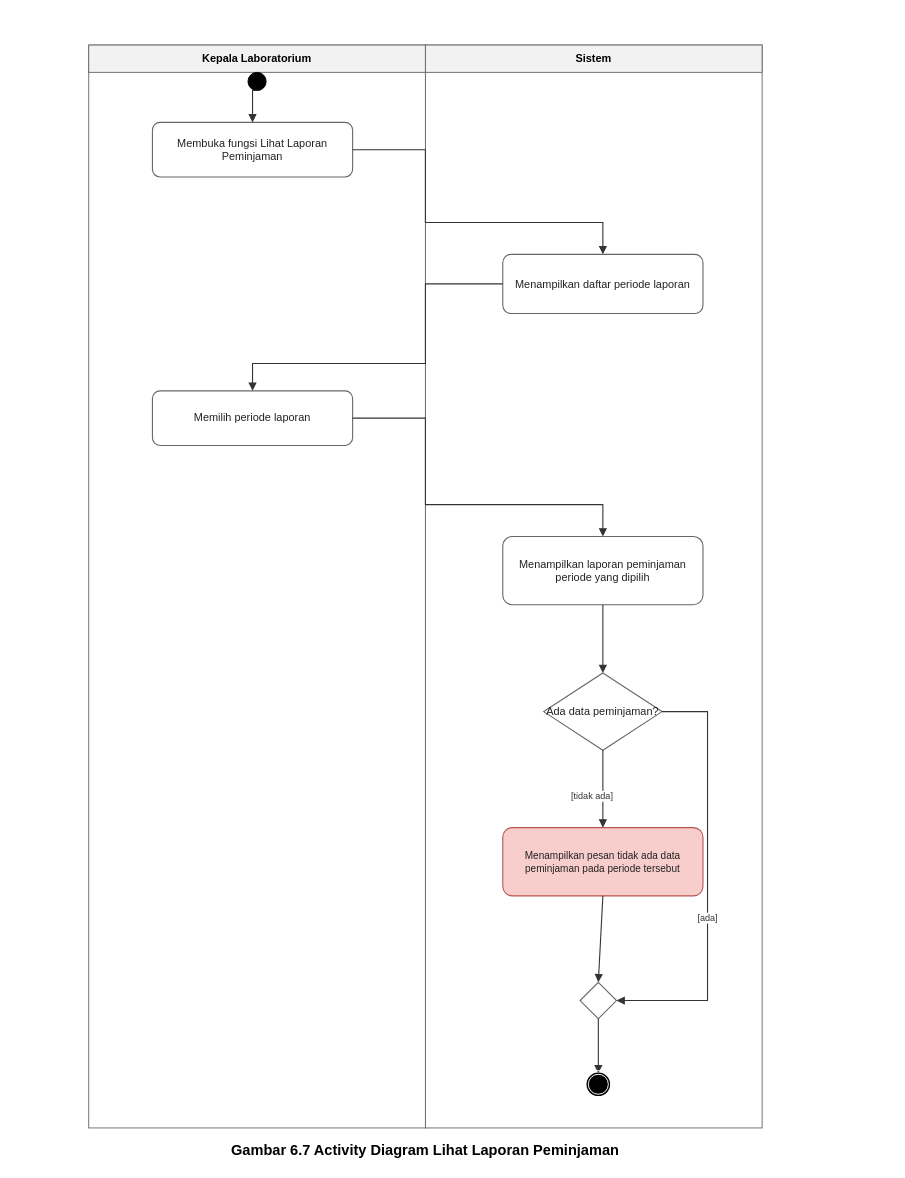
Before: 04_model_analisis/P06/LAB/P06_2406114_LAB_activity_laporan_v01.drawio in 2406114-cloud/IFRWP5149_2406114_LabAlat, a draw.io diagram. Source tidied: cells renumbered, new cells numbered last; positions are measured from the earlier drawing's top-left corner, leaving out a move shared by most shapes. Both pictures are drawn from the tidied source at 91%, with x=0, y=0 at pixel (56, 45).
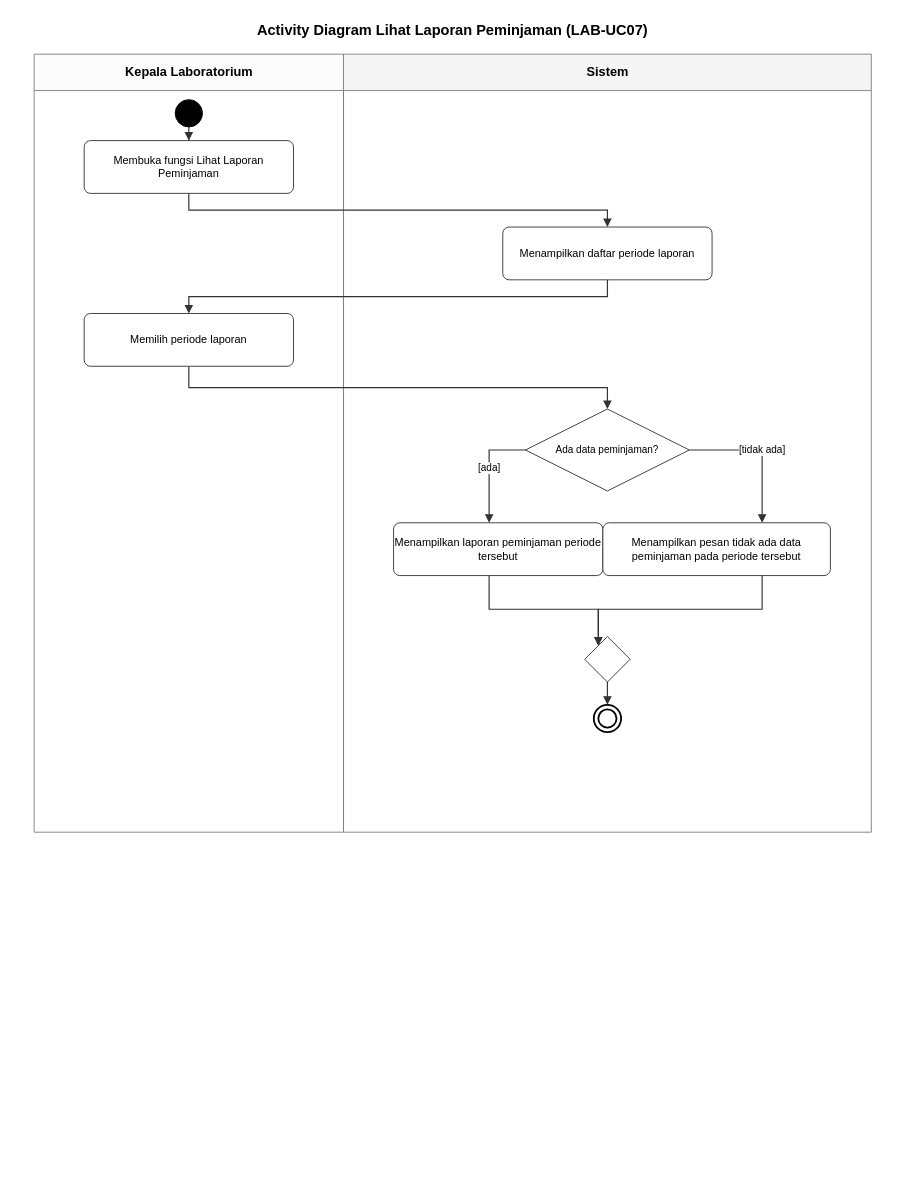
After the change.

What changed in the source:
```diff
@@
-    <mxCell id="2" style="rounded=0;whiteSpace=wrap;html=1;fillColor=#FFFFFF;strokeColor=#666666;strokeWidth=1;" parent="1" vertex="1">
-      <mxGeometry x="35" width="370" height="1190" as="geometry" />
-    </mxCell>
+    <mxCell id="27" value="Activity Diagram Lihat Laporan Peminjaman (LAB-UC07)" style="text;html=1;strokeColor=none;fillColor=none;align=center;verticalAlign=middle;fontStyle=1;fontSize=16;whiteSpace=wrap;" parent="1" vertex="1">
+      <mxGeometry x="-45" y="-32" width="960" height="30" as="geometry" />
+    </mxCell>
-    <mxCell id="3" value="Kepala Laboratorium" style="rounded=0;whiteSpace=wrap;html=1;fillColor=#F2F2F2;strokeColor=#666666;strokeWidth=1;fontStyle=1;fontSize=12;align=center;verticalAlign=middle;" parent="1" vertex="1">
-      <mxGeometry x="35" width="370" height="30" as="geometry" />
+    <mxCell id="3" value="Kepala Laboratorium" style="swimlane;html=1;startSize=40;horizontal=1;fillColor=#fbfbfb;strokeColor=#7f7f7f;fontStyle=1;fontSize=14;" parent="1" vertex="1">
+      <mxGeometry x="-25" y="10" width="340" height="855" as="geometry" />
     </mxCell>
-    <mxCell id="4" style="rounded=0;whiteSpace=wrap;html=1;fillColor=#FFFFFF;strokeColor=#666666;strokeWidth=1;" parent="1" vertex="1">
-      <mxGeometry x="405" width="370" height="1190" as="geometry" />
-    </mxCell>
-    <mxCell id="5" value="Sistem" style="rounded=0;whiteSpace=wrap;html=1;fillColor=#F2F2F2;strokeColor=#666666;strokeWidth=1;fontStyle=1;fontSize=12;align=center;verticalAlign=middle;" parent="1" vertex="1">
-      <mxGeometry x="405" width="370" height="30" as="geometry" />
+    <mxCell id="5" value="Sistem" style="swimlane;html=1;startSize=40;horizontal=1;fillColor=#f4f4f4;strokeColor=#7f7f7f;fontStyle=1;fontSize=14;" parent="1" vertex="1">
+      <mxGeometry x="315" y="10" width="580" height="855" as="geometry" />
     </mxCell>
-    <mxCell id="6" value="Gambar 6.7 Activity Diagram Lihat Laporan Peminjaman" style="text;html=1;strokeColor=none;fillColor=none;align=center;verticalAlign=middle;fontStyle=1;fontSize=16;whiteSpace=wrap;" parent="1" vertex="1">
-      <mxGeometry y="1200" width="810" height="28" as="geometry" />
-    </mxCell>
-    <mxCell id="7" style="ellipse;whiteSpace=wrap;html=1;fillColor=#000000;strokeColor=#000000;strokeWidth=1;" parent="1" vertex="1">
-      <mxGeometry x="210" y="30" width="20" height="20" as="geometry" />
-    </mxCell>
+    <mxCell id="28" style="edgeStyle=orthogonalEdgeStyle;rounded=0;jettySize=auto;html=1;endArrow=block;endFill=1;strokeColor=#333333;strokeWidth=1.3;fontSize=11;labelBackgroundColor=#ffffff;" parent="1" edge="1" source="33" target="8">
+      <mxGeometry relative="1" as="geometry" />
+    </mxCell>
+    <mxCell id="18" style="edgeStyle=orthogonalEdgeStyle;rounded=0;jettySize=auto;html=1;endArrow=block;endFill=1;strokeColor=#333333;strokeWidth=1.3;fontSize=11;labelBackgroundColor=#ffffff;" parent="1" edge="1" source="8" target="9">
+      <mxGeometry relative="1" as="geometry">
+        <Array as="points">
+          <mxPoint x="145" y="181.5" />
+          <mxPoint x="605" y="181.5" />
+        </Array>
+      </mxGeometry>
+    </mxCell>
+    <mxCell id="19" style="edgeStyle=orthogonalEdgeStyle;rounded=0;jettySize=auto;html=1;endArrow=block;endFill=1;strokeColor=#333333;strokeWidth=1.3;fontSize=11;labelBackgroundColor=#ffffff;" parent="1" edge="1" source="9" target="10">
+      <mxGeometry relative="1" as="geometry">
+        <Array as="points">
+          <mxPoint x="605" y="276.5" />
+          <mxPoint x="145" y="276.5" />
+        </Array>
+      </mxGeometry>
+    </mxCell>
+    <mxCell id="29" style="edgeStyle=orthogonalEdgeStyle;rounded=0;jettySize=auto;html=1;endArrow=block;endFill=1;strokeColor=#333333;strokeWidth=1.3;fontSize=11;labelBackgroundColor=#ffffff;" parent="1" edge="1" source="10" target="12">
+      <mxGeometry relative="1" as="geometry">
+        <Array as="points">
+          <mxPoint x="145" y="376.5" />
+          <mxPoint x="605" y="376.5" />
+        </Array>
+      </mxGeometry>
+    </mxCell>
+    <mxCell id="23" value="[ada]" style="edgeStyle=orthogonalEdgeStyle;rounded=0;jettySize=auto;html=1;endArrow=block;endFill=1;strokeColor=#333333;strokeWidth=1.3;fontSize=11;labelBackgroundColor=#ffffff;" parent="1" edge="1" source="12" target="34">
+      <mxGeometry relative="1" as="geometry">
+        <Array as="points">
+          <mxPoint x="475" y="445" />
+        </Array>
+      </mxGeometry>
+    </mxCell>
+    <mxCell id="22" value="[tidak ada]" style="edgeStyle=orthogonalEdgeStyle;rounded=0;jettySize=auto;html=1;endArrow=block;endFill=1;strokeColor=#333333;strokeWidth=1.3;fontSize=11;labelBackgroundColor=#ffffff;" parent="1" edge="1" source="12" target="13">
+      <mxGeometry relative="1" as="geometry">
+        <Array as="points">
+          <mxPoint x="775" y="445" />
+        </Array>
+      </mxGeometry>
+    </mxCell>
+    <mxCell id="30" style="edgeStyle=orthogonalEdgeStyle;rounded=0;jettySize=auto;html=1;endArrow=block;endFill=1;strokeColor=#333333;strokeWidth=1.3;fontSize=11;labelBackgroundColor=#ffffff;" parent="1" edge="1" source="34" target="35">
+      <mxGeometry relative="1" as="geometry">
+        <Array as="points">
+          <mxPoint x="475" y="620" />
+          <mxPoint x="595" y="620" />
+        </Array>
+      </mxGeometry>
+    </mxCell>
+    <mxCell id="31" style="edgeStyle=orthogonalEdgeStyle;rounded=0;jettySize=auto;html=1;endArrow=block;endFill=1;strokeColor=#333333;strokeWidth=1.3;fontSize=11;labelBackgroundColor=#ffffff;" parent="1" edge="1" source="13" target="35">
+      <mxGeometry relative="1" as="geometry">
+        <Array as="points">
+          <mxPoint x="775" y="620" />
+          <mxPoint x="595" y="620" />
+        </Array>
+      </mxGeometry>
+    </mxCell>
+    <mxCell id="32" style="edgeStyle=orthogonalEdgeStyle;rounded=0;jettySize=auto;html=1;endArrow=block;endFill=1;strokeColor=#333333;strokeWidth=1.3;fontSize=11;labelBackgroundColor=#ffffff;" parent="1" edge="1" source="35" target="36">
+      <mxGeometry relative="1" as="geometry" />
+    </mxCell>
+    <mxCell id="33" style="ellipse;whiteSpace=wrap;html=1;fillColor=#000000;strokeColor=#000000;" parent="1" vertex="1">
+      <mxGeometry x="130" y="60" width="30" height="30" as="geometry" />
+    </mxCell>
-    <mxCell id="8" value="Membuka fungsi Lihat Laporan Peminjaman" style="rounded=1;whiteSpace=wrap;html=1;arcSize=14;fillColor=#FFFFFF;strokeColor=#666666;strokeWidth=1.2;fontSize=12;fontColor=#222222;align=center;verticalAlign=middle;spacing=5;" parent="1" vertex="1">
-      <mxGeometry x="105" y="85" width="220" height="60" as="geometry" />
+    <mxCell id="8" value="Membuka fungsi Lihat Laporan Peminjaman" style="rounded=1;whiteSpace=wrap;html=1;arcSize=12;fillColor=#ffffff;strokeColor=#333333;fontSize=12;" parent="1" vertex="1">
+      <mxGeometry x="30" y="105" width="230" height="58" as="geometry" />
     </mxCell>
-    <mxCell id="9" value="Menampilkan daftar periode laporan" style="rounded=1;whiteSpace=wrap;html=1;arcSize=14;fillColor=#FFFFFF;strokeColor=#666666;strokeWidth=1.2;fontSize=12;fontColor=#222222;align=center;verticalAlign=middle;spacing=5;" parent="1" vertex="1">
-      <mxGeometry x="490" y="230" width="220" height="65" as="geometry" />
+    <mxCell id="9" value="Menampilkan daftar periode laporan" style="rounded=1;whiteSpace=wrap;html=1;arcSize=12;fillColor=#ffffff;strokeColor=#333333;fontSize=12;" parent="1" vertex="1">
+      <mxGeometry x="490" y="200" width="230" height="58" as="geometry" />
     </mxCell>
-    <mxCell id="10" value="Memilih periode laporan" style="rounded=1;whiteSpace=wrap;html=1;arcSize=14;fillColor=#FFFFFF;strokeColor=#666666;strokeWidth=1.2;fontSize=12;fontColor=#222222;align=center;verticalAlign=middle;spacing=5;" parent="1" vertex="1">
-      <mxGeometry x="105" y="380" width="220" height="60" as="geometry" />
+    <mxCell id="10" value="Memilih periode laporan" style="rounded=1;whiteSpace=wrap;html=1;arcSize=12;fillColor=#ffffff;strokeColor=#333333;fontSize=12;" parent="1" vertex="1">
+      <mxGeometry x="30" y="295" width="230" height="58" as="geometry" />
     </mxCell>
-    <mxCell id="11" value="Menampilkan laporan peminjaman periode yang dipilih" style="rounded=1;whiteSpace=wrap;html=1;arcSize=14;fillColor=#FFFFFF;strokeColor=#666666;strokeWidth=1.2;fontSize=12;fontColor=#222222;align=center;verticalAlign=middle;spacing=5;" parent="1" vertex="1">
-      <mxGeometry x="490" y="540" width="220" height="75" as="geometry" />
-    </mxCell>
-    <mxCell id="12" value="Ada data peminjaman?" style="rhombus;whiteSpace=wrap;html=1;fillColor=#FFFFFF;strokeColor=#666666;strokeWidth=1.2;fontSize=12;fontColor=#222222;align=center;verticalAlign=middle;spacing=3;" parent="1" vertex="1">
-      <mxGeometry x="535" y="690" width="130" height="85" as="geometry" />
+    <mxCell id="12" value="Ada data peminjaman?" style="rhombus;whiteSpace=wrap;html=1;fillColor=#ffffff;strokeColor=#333333;fontSize=11;" parent="1" vertex="1">
+      <mxGeometry x="515" y="400" width="180" height="90" as="geometry" />
     </mxCell>
+    <mxCell id="34" value="Menampilkan laporan peminjaman periode tersebut" style="rounded=1;whiteSpace=wrap;html=1;arcSize=12;fillColor=#ffffff;strokeColor=#333333;fontSize=12;" parent="1" vertex="1">
+      <mxGeometry x="370" y="525" width="230" height="58" as="geometry" />
+    </mxCell>
-    <mxCell id="13" value="Menampilkan pesan tidak ada data peminjaman pada periode tersebut" style="rounded=1;whiteSpace=wrap;html=1;arcSize=14;fillColor=#F8CECC;strokeColor=#B85450;strokeWidth=1.2;fontSize=11;fontColor=#222222;align=center;verticalAlign=middle;spacing=5;" parent="1" vertex="1">
-      <mxGeometry x="490" y="860" width="220" height="75" as="geometry" />
+    <mxCell id="13" value="Menampilkan pesan tidak ada data peminjaman pada periode tersebut" style="rounded=1;whiteSpace=wrap;html=1;arcSize=12;fillColor=#ffffff;strokeColor=#333333;fontSize=12;" parent="1" vertex="1">
+      <mxGeometry x="600" y="525" width="250" height="58" as="geometry" />
     </mxCell>
-    <mxCell id="14" style="rhombus;whiteSpace=wrap;html=1;fillColor=#FFFFFF;strokeColor=#666666;strokeWidth=1.2;" parent="1" vertex="1">
-      <mxGeometry x="575" y="1030" width="40" height="40" as="geometry" />
-    </mxCell>
-    <mxCell id="15" style="ellipse;whiteSpace=wrap;html=1;fillColor=#FFFFFF;strokeColor=#000000;strokeWidth=2;" parent="1" vertex="1">
-      <mxGeometry x="583" y="1130" width="24" height="24" as="geometry" />
-    </mxCell>
-    <mxCell id="16" style="ellipse;whiteSpace=wrap;html=1;fillColor=#000000;strokeColor=#000000;" parent="1" vertex="1">
-      <mxGeometry x="589.5" y="1136.5" width="11" height="11" as="geometry" />
-    </mxCell>
-    <mxCell id="17" style="edgeStyle=orthogonalEdgeStyle;rounded=0;jettySize=auto;html=1;endArrow=block;endFill=1;strokeColor=#333333;strokeWidth=1.2;exitX=0.5;exitY=1;entryX=0.5;entryY=0;fontSize=10;fontColor=#333333;labelBackgroundColor=#FFFFFF;" parent="1" edge="1" source="7" target="8">
-      <mxGeometry relative="1" as="geometry" />
-    </mxCell>
-    <mxCell id="18" style="edgeStyle=orthogonalEdgeStyle;rounded=0;jettySize=auto;html=1;endArrow=block;endFill=1;strokeColor=#333333;strokeWidth=1.2;exitX=1;exitY=0.5;entryX=0.5;entryY=0;fontSize=10;fontColor=#333333;labelBackgroundColor=#FFFFFF;" parent="1" edge="1" source="8" target="9">
-      <mxGeometry relative="1" as="geometry">
-        <Array as="points">
-          <mxPoint x="405" y="115" />
-          <mxPoint x="405" y="195" />
-          <mxPoint x="600" y="195" />
-        </Array>
-      </mxGeometry>
-    </mxCell>
-    <mxCell id="19" style="edgeStyle=orthogonalEdgeStyle;rounded=0;jettySize=auto;html=1;endArrow=block;endFill=1;strokeColor=#333333;strokeWidth=1.2;exitX=0;exitY=0.5;entryX=0.5;entryY=0;fontSize=10;fontColor=#333333;labelBackgroundColor=#FFFFFF;" parent="1" edge="1" source="9" target="10">
-      <mxGeometry relative="1" as="geometry">
-        <Array as="points">
-          <mxPoint x="405" y="262" />
-          <mxPoint x="405" y="350" />
-          <mxPoint x="215" y="350" />
-        </Array>
-      </mxGeometry>
-    </mxCell>
-    <mxCell id="20" style="edgeStyle=orthogonalEdgeStyle;rounded=0;jettySize=auto;html=1;endArrow=block;endFill=1;strokeColor=#333333;strokeWidth=1.2;exitX=1;exitY=0.5;entryX=0.5;entryY=0;fontSize=10;fontColor=#333333;labelBackgroundColor=#FFFFFF;" parent="1" edge="1" source="10" target="11">
-      <mxGeometry relative="1" as="geometry">
-        <Array as="points">
-          <mxPoint x="405" y="410" />
-          <mxPoint x="405" y="505" />
-          <mxPoint x="600" y="505" />
-        </Array>
-      </mxGeometry>
-    </mxCell>
-    <mxCell id="21" style="edgeStyle=orthogonalEdgeStyle;rounded=0;jettySize=auto;html=1;endArrow=block;endFill=1;strokeColor=#333333;strokeWidth=1.2;exitX=0.5;exitY=1;entryX=0.5;entryY=0;fontSize=10;fontColor=#333333;labelBackgroundColor=#FFFFFF;" parent="1" edge="1" source="11" target="12">
-      <mxGeometry relative="1" as="geometry" />
-    </mxCell>
-    <mxCell id="22" value="[tidak ada]" style="edgeStyle=orthogonalEdgeStyle;rounded=0;jettySize=auto;html=1;endArrow=block;endFill=1;strokeColor=#333333;strokeWidth=1.2;exitX=0.5;exitY=1;entryX=0.5;entryY=0;fontSize=10;fontColor=#333333;labelBackgroundColor=#FFFFFF;" parent="1" edge="1" source="12" target="13">
-      <mxGeometry x="0.18" y="-12" relative="1" as="geometry" />
-    </mxCell>
-    <mxCell id="23" value="[ada]" style="edgeStyle=orthogonalEdgeStyle;rounded=0;jettySize=auto;html=1;endArrow=block;endFill=1;strokeColor=#333333;strokeWidth=1.2;exitX=1;exitY=0.5;entryX=1;entryY=0.5;fontSize=10;fontColor=#333333;labelBackgroundColor=#FFFFFF;" parent="1" edge="1" source="12" target="14">
-      <mxGeometry x="0.18" relative="1" as="geometry">
-        <Array as="points">
-          <mxPoint x="715" y="732" />
-          <mxPoint x="715" y="1050" />
-          <mxPoint x="615" y="1050" />
-        </Array>
-      </mxGeometry>
-    </mxCell>
-    <mxCell id="24" style="rounded=0;jettySize=auto;html=1;endArrow=block;endFill=1;strokeColor=#333333;strokeWidth=1.2;exitX=0.5;exitY=1;entryX=0.5;entryY=0;fontSize=10;fontColor=#333333;labelBackgroundColor=#FFFFFF;" parent="1" edge="1" source="13" target="14">
-      <mxGeometry relative="1" as="geometry" />
-    </mxCell>
-    <mxCell id="25" style="edgeStyle=orthogonalEdgeStyle;rounded=0;jettySize=auto;html=1;endArrow=block;endFill=1;strokeColor=#333333;strokeWidth=1.2;exitX=0.5;exitY=1;entryX=0.5;entryY=0;fontSize=10;fontColor=#333333;labelBackgroundColor=#FFFFFF;" parent="1" edge="1" source="14" target="15">
-      <mxGeometry relative="1" as="geometry" />
-    </mxCell>
-    <mxCell id="26" style="ellipse;html=1;shape=endState;fillColor=#000000;strokeColor=#FFFFFF;" parent="1" vertex="1">
-      <mxGeometry x="580" y="1127" width="30" height="30" as="geometry" />
-    </mxCell>
+    <mxCell id="35" style="rhombus;whiteSpace=wrap;html=1;fillColor=#ffffff;strokeColor=#333333;" parent="1" vertex="1">
+      <mxGeometry x="580" y="650" width="50" height="50" as="geometry" />
+    </mxCell>
+    <mxCell id="36" style="ellipse;shape=doubleEllipse;whiteSpace=wrap;html=1;fillColor=#ffffff;strokeColor=#000000;strokeWidth=2;" parent="1" vertex="1">
+      <mxGeometry x="590" y="725" width="30" height="30" as="geometry" />
+    </mxCell>
```
